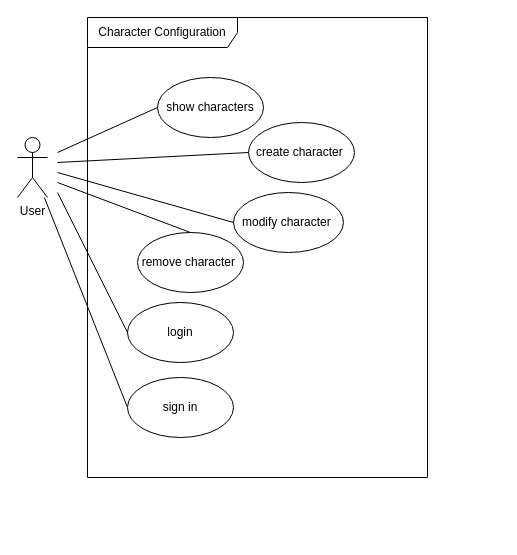
Earlier version of the draw.io diagram Diagrams/UseCaseDiagram.drawio (Joel6v/PraktikumZuehlke). Source tidied: cells renumbered, new cells numbered last; positions are measured from the earlier drawing's top-left corner, leaving out a move shared by most shapes. Both pictures are drawn from the tidied source at 100%, with x=0, y=0 at pixel (17, 17).
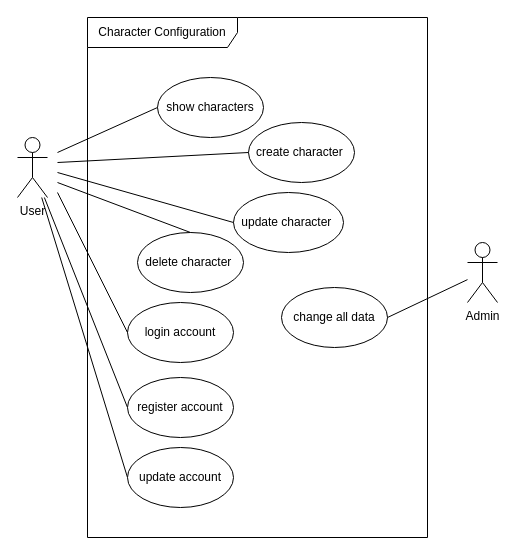
Above is the later version.

Commit message:
edit UseCase Diagram

The change refers to these unchanged cells:
```xml
<mxCell id="4" value="User" style="shape=umlActor;verticalLabelPosition=bottom;verticalAlign=top;html=1;outlineConnect=0;" parent="1" vertex="1">
  <mxGeometry y="120" width="30" height="60" as="geometry" />
</mxCell>
```

Change to the diagram source:
```diff
@@
     <mxCell id="2" value="Character Configuration" style="shape=umlFrame;whiteSpace=wrap;html=1;width=150;height=30;" parent="1" vertex="1">
-      <mxGeometry x="70" width="340" height="460" as="geometry" />
+      <mxGeometry x="70" width="340" height="520" as="geometry" />
     </mxCell>
@@
+    <mxCell id="16" style="rounded=0;jettySize=auto;html=1;entryX=0;entryY=0.5;entryDx=0;entryDy=0;endArrow=none;endFill=0;" parent="1" edge="1" source="4" target="17">
+      <mxGeometry relative="1" as="geometry" />
+    </mxCell>
@@
-    <mxCell id="6" value="modify character&amp;nbsp;" style="ellipse;whiteSpace=wrap;html=1;" parent="1" vertex="1">
+    <mxCell id="6" value="update character&amp;nbsp;" style="ellipse;whiteSpace=wrap;html=1;" parent="1" vertex="1">
       <mxGeometry x="216" y="175" width="110" height="60" as="geometry" />
     </mxCell>
-    <mxCell id="7" value="remove character&amp;nbsp;" style="ellipse;whiteSpace=wrap;html=1;" parent="1" vertex="1">
+    <mxCell id="7" value="delete character&amp;nbsp;" style="ellipse;whiteSpace=wrap;html=1;" parent="1" vertex="1">
       <mxGeometry x="120" y="215" width="106" height="60" as="geometry" />
     </mxCell>
-    <mxCell id="8" value="login" style="ellipse;whiteSpace=wrap;html=1;" parent="1" vertex="1">
+    <mxCell id="8" value="login account" style="ellipse;whiteSpace=wrap;html=1;" parent="1" vertex="1">
       <mxGeometry x="110" y="285" width="106" height="60" as="geometry" />
     </mxCell>
@@
-    <mxCell id="15" value="sign in" style="ellipse;whiteSpace=wrap;html=1;" parent="1" vertex="1">
+    <mxCell id="15" value="register account" style="ellipse;whiteSpace=wrap;html=1;" parent="1" vertex="1">
       <mxGeometry x="110" y="360" width="106" height="60" as="geometry" />
     </mxCell>
+    <mxCell id="17" value="update account" style="ellipse;whiteSpace=wrap;html=1;" parent="1" vertex="1">
+      <mxGeometry x="110" y="430" width="106" height="60" as="geometry" />
+    </mxCell>
+    <mxCell id="18" value="change all data" style="ellipse;whiteSpace=wrap;html=1;" parent="1" vertex="1">
+      <mxGeometry x="264" y="270" width="106" height="60" as="geometry" />
+    </mxCell>
+    <mxCell id="19" style="rounded=0;jettySize=auto;html=1;entryX=1;entryY=0.5;entryDx=0;entryDy=0;endArrow=none;endFill=0;" parent="1" edge="1" source="20" target="18">
+      <mxGeometry relative="1" as="geometry" />
+    </mxCell>
+    <mxCell id="20" value="Admin" style="shape=umlActor;verticalLabelPosition=bottom;verticalAlign=top;html=1;outlineConnect=0;" parent="1" vertex="1">
+      <mxGeometry x="450" y="225" width="30" height="60" as="geometry" />
+    </mxCell>
```
